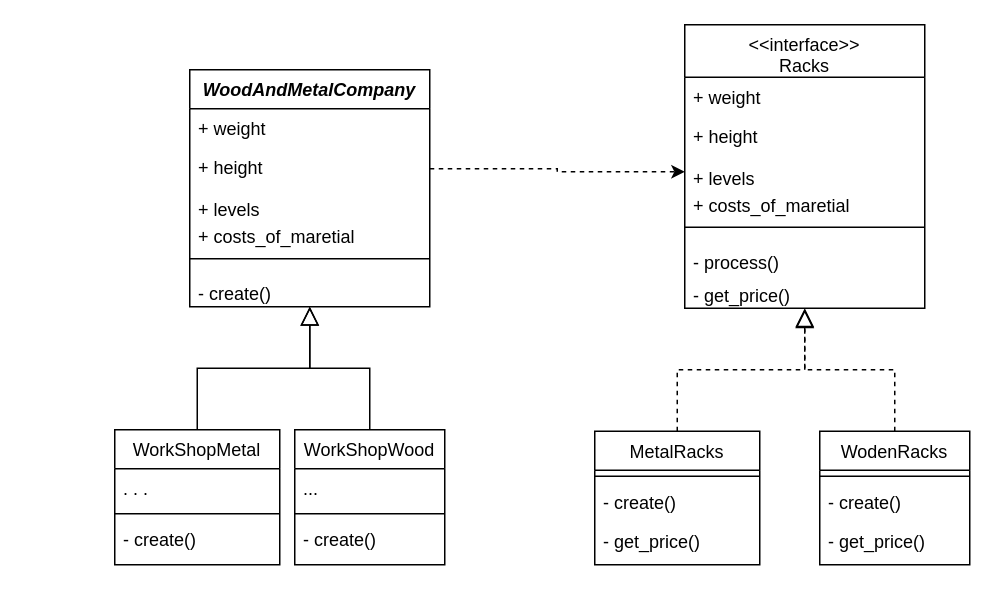
Before: page "Fabrica_method" (1 of 10) of Pattern Fabrica.drawio in isamarcev/patterns, a draw.io diagram. Source tidied: cells renumbered, new cells numbered last; positions are measured from the earlier drawing's top-left corner, leaving out a move shared by most shapes. Both pictures are drawn from the tidied source at 150%, with x=0, y=0 at pixel (114, 24).
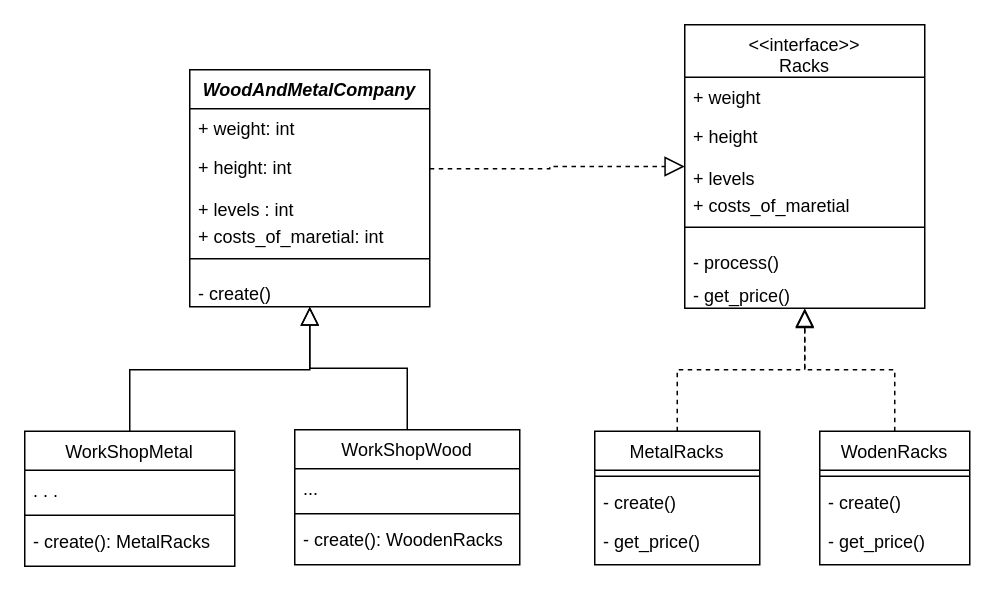
The same page after the edit.

Unchanged cells that the change refers to:
```xml
<mxCell id="2" value="WoodAndMetalCompany" style="swimlane;fontStyle=3;align=center;verticalAlign=top;horizontal=1;startSize=26;rounded=0;shadow=0;strokeWidth=1;" parent="1" vertex="1">
  <mxGeometry x="50" y="30" width="160" height="158" as="geometry" />
</mxCell>
<mxCell id="20" value="&lt;&lt;interface&gt;&gt;&#10;Racks" style="swimlane;fontStyle=0;align=center;verticalAlign=top;horizontal=1;startSize=35;rounded=0;shadow=0;strokeWidth=1;" parent="1" vertex="1">
  <mxGeometry x="380" width="160" height="189" as="geometry" />
</mxCell>
<mxCell id="23" value="+ levels" style="text;align=left;verticalAlign=top;spacingLeft=4;spacingRight=4;overflow=hidden;points=[[0,0.5],[1,0.5]];portConstraint=eastwest;rounded=0;shadow=0;html=0;" parent="20" vertex="1">
  <mxGeometry y="89" width="160" height="18" as="geometry" />
</mxCell>
```

Diff of the diagram source:
```diff
@@
-    <mxCell id="3" value="+ weight" style="text;align=left;verticalAlign=top;spacingLeft=4;spacingRight=4;overflow=hidden;" parent="2" vertex="1">
+    <mxCell id="3" value="+ weight: int" style="text;align=left;verticalAlign=top;spacingLeft=4;spacingRight=4;overflow=hidden;" parent="2" vertex="1">
       <mxGeometry y="26" width="160" height="26" as="geometry" />
     </mxCell>
-    <mxCell id="4" value="+ height" style="text;align=left;verticalAlign=top;spacingLeft=4;spacingRight=4;overflow=hidden;points=[[0,0.5],[1,0.5]];portConstraint=eastwest;rounded=0;shadow=0;html=0;" parent="2" vertex="1">
+    <mxCell id="4" value="+ height: int" style="text;align=left;verticalAlign=top;spacingLeft=4;spacingRight=4;overflow=hidden;points=[[0,0.5],[1,0.5]];portConstraint=eastwest;rounded=0;shadow=0;html=0;" parent="2" vertex="1">
       <mxGeometry y="52" width="160" height="28" as="geometry" />
     </mxCell>
-    <mxCell id="5" value="+ levels" style="text;align=left;verticalAlign=top;spacingLeft=4;spacingRight=4;overflow=hidden;rounded=0;shadow=0;html=0;" parent="2" vertex="1">
+    <mxCell id="5" value="+ levels : int" style="text;align=left;verticalAlign=top;spacingLeft=4;spacingRight=4;overflow=hidden;rounded=0;shadow=0;html=0;" parent="2" vertex="1">
       <mxGeometry y="80" width="160" height="18" as="geometry" />
     </mxCell>
-    <mxCell id="6" value="+ costs_of_maretial" style="text;align=left;verticalAlign=top;spacingLeft=4;spacingRight=4;overflow=hidden;rounded=0;shadow=0;html=0;" parent="2" vertex="1">
+    <mxCell id="6" value="+ costs_of_maretial: int" style="text;align=left;verticalAlign=top;spacingLeft=4;spacingRight=4;overflow=hidden;rounded=0;shadow=0;html=0;" parent="2" vertex="1">
       <mxGeometry y="98" width="160" height="18" as="geometry" />
     </mxCell>
@@
     <mxCell id="9" value="WorkShopMetal" style="swimlane;fontStyle=0;align=center;verticalAlign=top;horizontal=1;startSize=26;rounded=0;shadow=0;strokeWidth=1;" parent="1" vertex="1">
-      <mxGeometry y="270" width="110" height="90" as="geometry" />
+      <mxGeometry x="-60" y="271" width="140" height="90" as="geometry" />
     </mxCell>
     <mxCell id="10" value=". . ." style="text;align=left;verticalAlign=top;spacingLeft=4;spacingRight=4;overflow=hidden;rounded=0;shadow=0;html=0;" parent="9" vertex="1">
-      <mxGeometry y="26" width="110" height="26" as="geometry" />
+      <mxGeometry y="26" width="140" height="26" as="geometry" />
     </mxCell>
     <mxCell id="11" style="line;html=1;strokeWidth=1;align=left;verticalAlign=middle;spacingTop=-1;spacingLeft=3;spacingRight=3;labelPosition=right;" parent="9" vertex="1">
-      <mxGeometry y="52" width="110" height="8" as="geometry" />
+      <mxGeometry y="52" width="140" height="8" as="geometry" />
     </mxCell>
-    <mxCell id="12" value="- create()" style="text;align=left;verticalAlign=top;spacingLeft=4;spacingRight=4;overflow=hidden;fontStyle=0;" parent="9" vertex="1">
-      <mxGeometry y="60" width="110" height="26" as="geometry" />
+    <mxCell id="12" value="- create(): MetalRacks" style="text;align=left;verticalAlign=top;spacingLeft=4;spacingRight=4;overflow=hidden;fontStyle=0;" parent="9" vertex="1">
+      <mxGeometry y="60" width="140" height="26" as="geometry" />
     </mxCell>
@@
     <mxCell id="14" value="WorkShopWood" style="swimlane;fontStyle=0;align=center;verticalAlign=top;horizontal=1;startSize=26;rounded=0;shadow=0;strokeWidth=1;" parent="1" vertex="1">
-      <mxGeometry x="120" y="270" width="100" height="90" as="geometry" />
+      <mxGeometry x="120" y="270" width="150" height="90" as="geometry" />
     </mxCell>
     <mxCell id="15" value="..." style="text;align=left;verticalAlign=top;spacingLeft=4;spacingRight=4;overflow=hidden;" parent="14" vertex="1">
-      <mxGeometry y="26" width="100" height="26" as="geometry" />
+      <mxGeometry y="26" width="150" height="26" as="geometry" />
     </mxCell>
     <mxCell id="16" style="line;html=1;strokeWidth=1;align=left;verticalAlign=middle;spacingTop=-1;spacingLeft=3;spacingRight=3;labelPosition=right;" parent="14" vertex="1">
-      <mxGeometry y="52" width="100" height="8" as="geometry" />
+      <mxGeometry y="52" width="150" height="8" as="geometry" />
     </mxCell>
-    <mxCell id="17" value="- create()" style="text;align=left;verticalAlign=top;spacingLeft=4;spacingRight=4;overflow=hidden;points=[[0,0.5],[1,0.5]];portConstraint=eastwest;fontStyle=0;" parent="14" vertex="1">
-      <mxGeometry y="60" width="100" height="26" as="geometry" />
+    <mxCell id="17" value="- create(): WoodenRacks" style="text;align=left;verticalAlign=top;spacingLeft=4;spacingRight=4;overflow=hidden;points=[[0,0.5],[1,0.5]];portConstraint=eastwest;fontStyle=0;" parent="14" vertex="1">
+      <mxGeometry y="60" width="150" height="26" as="geometry" />
     </mxCell>
@@
-    <mxCell id="38" style="edgeStyle=orthogonalEdgeStyle;rounded=0;jettySize=auto;html=1;exitX=1;exitY=0.5;exitDx=0;exitDy=0;entryX=0;entryY=0.5;entryDx=0;entryDy=0;dashed=1;" parent="1" edge="1" source="4" target="23">
-      <mxGeometry relative="1" as="geometry" />
-    </mxCell>
+    <mxCell id="39" style="edgeStyle=orthogonalEdgeStyle;rounded=0;jettySize=auto;html=1;exitX=1;exitY=0.5;exitDx=0;exitDy=0;dashed=1;endArrow=block;endFill=0;startSize=12;endSize=11;" parent="1" edge="1" source="4" target="20">
+      <mxGeometry relative="1" as="geometry" />
+    </mxCell>
```
